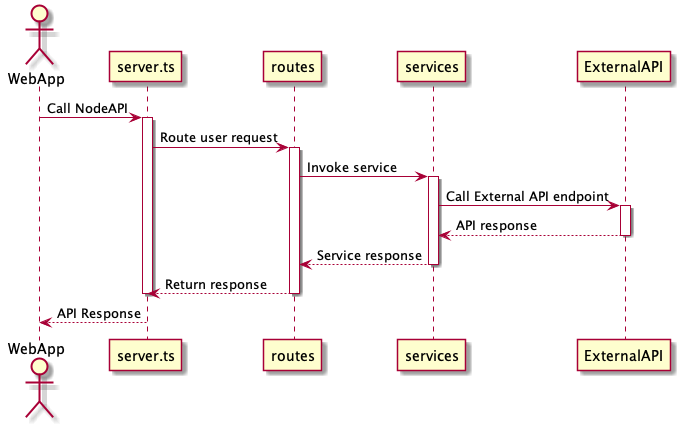
Above: out/diagrams/node-api-sequence/NodeAPI_Sequence.png in ardydedase/cookiecutter-express-react-ssr (PlantUML), before the change.
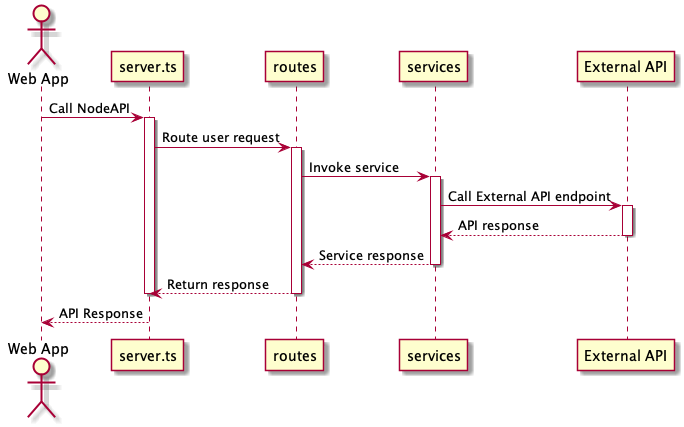
The same file after the commit.

What changed in the source:
```diff
@@ -1,19 +1,19 @@
 @startuml NodeAPI_Sequence
-actor WebApp
-WebApp -> server.ts: Call NodeAPI
+actor "Web App"
+"Web App" -> server.ts: Call NodeAPI
 activate server.ts
     server.ts -> routes: Route user request
     activate routes
         routes -> services: Invoke service
         activate services
-            services -> ExternalAPI: Call External API endpoint
-            activate ExternalAPI
-                ExternalAPI --> services: API response
-            deactivate ExternalAPI
+            services -> "External API": Call External API endpoint
+            activate "External API"
+                "External API" --> services: API response
+            deactivate "External API"
             services --> routes: Service response
         deactivate services
         routes --> server.ts: Return response
     deactivate routes
 deactivate server.ts
-server.ts --> WebApp: API Response
+server.ts --> "Web App": API Response
 @enduml
```
